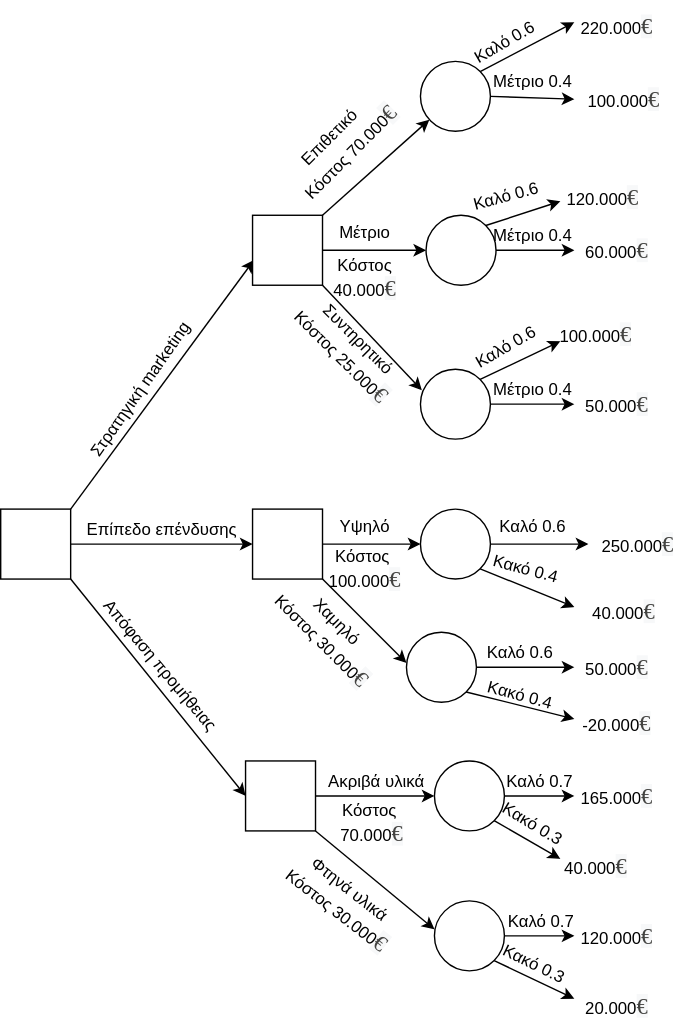
Above: DecisionTree.svg in Thomaskald/DecisionsSupportSystems (draw.io), before the change. Source tidied: cells renumbered, new cells last; positions are measured from the earlier drawing's top-left corner, leaving out a move shared by most shapes.
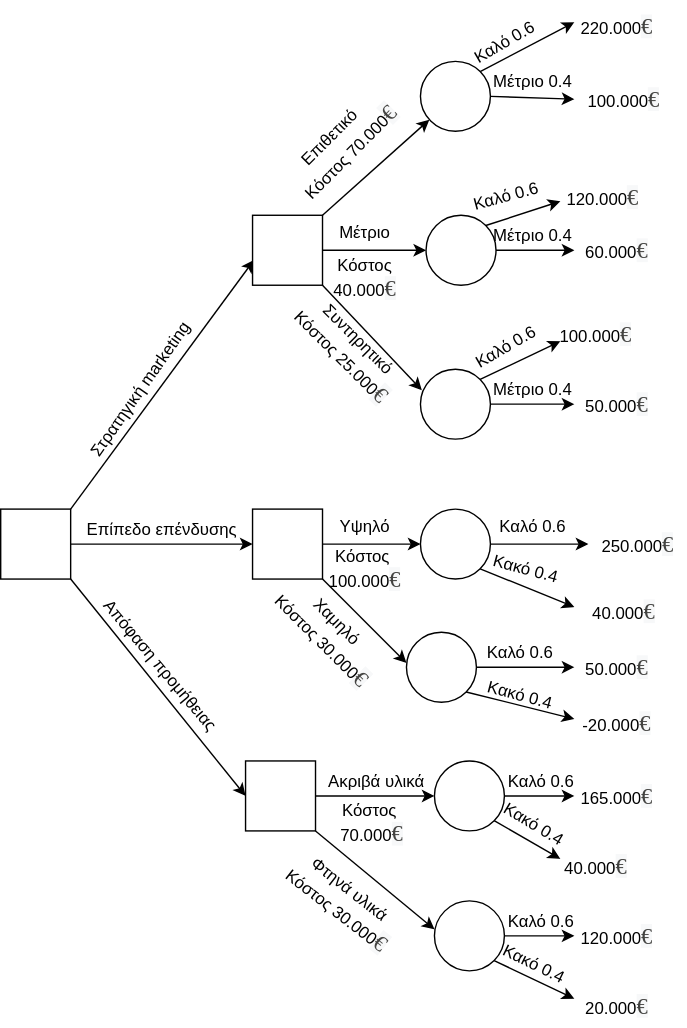
Above is the later version.

What changed in the source:
```diff
@@ -217,8 +217,8 @@
         <mxPoint x="410" y="565" as="targetPoint" />
       </mxGeometry>
     </mxCell>
-    <mxCell id="65" value="Καλό 0.7" style="text;html=1;align=center;verticalAlign=middle;strokeColor=none;fillColor=none;" parent="1" vertex="1">
-      <mxGeometry x="350" y="540" width="70" height="30" as="geometry" />
+    <mxCell id="65" value="Καλό 0.6" style="text;html=1;align=center;verticalAlign=middle;strokeColor=none;fillColor=none;" parent="1" vertex="1">
+      <mxGeometry x="353" y="542" width="65" height="26" as="geometry" />
     </mxCell>
     <mxCell id="66" value="165.000&lt;span style=&quot;color: rgb(67, 67, 65); font-family: __Inter_e8ce0c, __Inter_Fallback_e8ce0c; font-size: 16px; text-align: left; text-wrap-mode: wrap; background-color: rgb(247, 248, 249);&quot;&gt;€&lt;/span&gt;" style="text;html=1;align=center;verticalAlign=middle;strokeColor=none;fillColor=none;" parent="1" vertex="1">
       <mxGeometry x="405" y="550" width="70" height="30" as="geometry" />
@@ -228,8 +228,8 @@
         <mxPoint x="400" y="610" as="targetPoint" />
       </mxGeometry>
     </mxCell>
-    <mxCell id="68" value="Κακό 0.3" style="text;html=1;align=center;verticalAlign=middle;strokeColor=none;fillColor=none;rotation=31;" parent="1" vertex="1">
-      <mxGeometry x="345" y="570" width="70" height="30" as="geometry" />
+    <mxCell id="68" value="Κακό 0.4" style="text;html=1;align=center;verticalAlign=middle;strokeColor=none;fillColor=none;rotation=31;" parent="1" vertex="1">
+      <mxGeometry x="348" y="572" width="65" height="26" as="geometry" />
     </mxCell>
     <mxCell id="69" value="40.000&lt;span style=&quot;color: rgb(67, 67, 65); font-family: __Inter_e8ce0c, __Inter_Fallback_e8ce0c; font-size: 16px; text-align: left; text-wrap-mode: wrap; background-color: rgb(247, 248, 249);&quot;&gt;€&lt;/span&gt;" style="text;html=1;align=center;verticalAlign=middle;strokeColor=none;fillColor=none;" parent="1" vertex="1">
       <mxGeometry x="390" y="600" width="70" height="30" as="geometry" />
@@ -248,7 +248,7 @@
         <mxPoint x="410" y="665" as="targetPoint" />
       </mxGeometry>
     </mxCell>
-    <mxCell id="74" value="Καλό 0.7" style="text;html=1;align=center;verticalAlign=middle;strokeColor=none;fillColor=none;" parent="1" vertex="1">
+    <mxCell id="74" value="Καλό 0.6" style="text;html=1;align=center;verticalAlign=middle;strokeColor=none;fillColor=none;" parent="1" vertex="1">
       <mxGeometry x="353" y="642" width="65" height="26" as="geometry" />
     </mxCell>
     <mxCell id="75" value="120.000&lt;span style=&quot;color: rgb(67, 67, 65); font-family: __Inter_e8ce0c, __Inter_Fallback_e8ce0c; font-size: 16px; text-align: left; text-wrap-mode: wrap; background-color: rgb(247, 248, 249);&quot;&gt;€&lt;/span&gt;" style="text;html=1;align=center;verticalAlign=middle;strokeColor=none;fillColor=none;" parent="1" vertex="1">
@@ -259,7 +259,7 @@
         <mxPoint x="410" y="710" as="targetPoint" />
       </mxGeometry>
     </mxCell>
-    <mxCell id="77" value="Κακό 0.3" style="text;html=1;align=center;verticalAlign=middle;strokeColor=none;fillColor=none;rotation=26;" parent="1" vertex="1">
+    <mxCell id="77" value="Κακό 0.4" style="text;html=1;align=center;verticalAlign=middle;strokeColor=none;fillColor=none;rotation=26;" parent="1" vertex="1">
       <mxGeometry x="348" y="672" width="65" height="26" as="geometry" />
     </mxCell>
     <mxCell id="78" value="20.000&lt;span style=&quot;color: rgb(67, 67, 65); font-family: __Inter_e8ce0c, __Inter_Fallback_e8ce0c; font-size: 16px; text-align: left; text-wrap-mode: wrap; background-color: rgb(247, 248, 249);&quot;&gt;€&lt;/span&gt;" style="text;html=1;align=center;verticalAlign=middle;strokeColor=none;fillColor=none;" parent="1" vertex="1">
```
